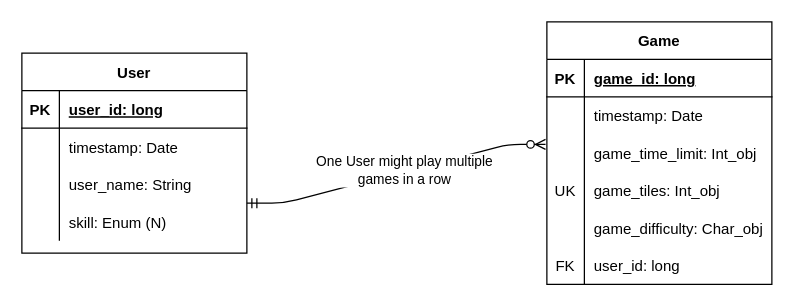
ddc-java-13/tile-galore keeps this draw.io diagram as docs/work/erd.drawio. Above is the earlier version. Source tidied: cells renumbered, new cells numbered last; positions are measured from the earlier drawing's top-left corner, leaving out a move shared by most shapes. Both pictures are drawn from the tidied source at 125%, with x=0, y=0 at pixel (21, 21).
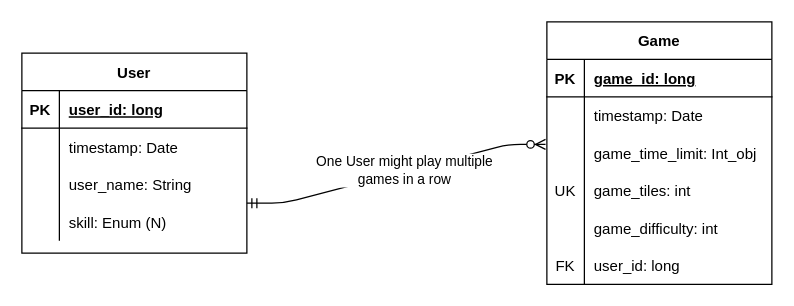
After the change.

Commit message:
Made some improvements to ERD according to feedback! V.3

The change refers to these unchanged cells:
```xml
<mxCell id="25" style="shape=partialRectangle;fillColor=none;top=0;left=0;bottom=0;right=0;" parent="15" vertex="1">
  <mxGeometry y="120" width="180" height="30" as="geometry" />
</mxCell>
<mxCell id="28" style="shape=partialRectangle;fillColor=none;top=0;left=0;bottom=0;right=0;" parent="15" vertex="1">
  <mxGeometry y="150" width="180" height="30" as="geometry" />
</mxCell>
```

The edit, as a diff of the source:
```diff
@@
-    <mxCell id="27" value="game_tiles: Int_obj" style="shape=partialRectangle;fillColor=none;top=0;left=0;bottom=0;right=0;align=left;spacingLeft=6;overflow=hidden;" parent="25" vertex="1">
+    <mxCell id="27" value="game_tiles: int" style="shape=partialRectangle;fillColor=none;top=0;left=0;bottom=0;right=0;align=left;spacingLeft=6;overflow=hidden;" parent="25" vertex="1">
       <mxGeometry x="30" width="150" height="30" as="geometry" />
     </mxCell>
@@
-    <mxCell id="30" value="game_difficulty: Char_obj" style="shape=partialRectangle;fillColor=none;top=0;left=0;bottom=0;right=0;align=left;spacingLeft=6;overflow=hidden;" parent="28" vertex="1">
+    <mxCell id="30" value="game_difficulty: int" style="shape=partialRectangle;fillColor=none;top=0;left=0;bottom=0;right=0;align=left;spacingLeft=6;overflow=hidden;" parent="28" vertex="1">
       <mxGeometry x="30" width="150" height="30" as="geometry" />
     </mxCell>
```
